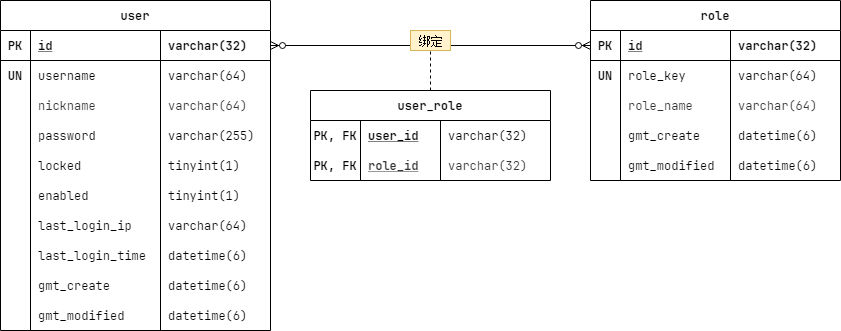
The draw.io diagram design/迭代一/resource/image/用户角色ER图.png in hellovie/online-article-reading-platform, before a commit. Source tidied: cells renumbered, new cells last; positions are measured from the earlier drawing's top-left corner, leaving out a move shared by most shapes.
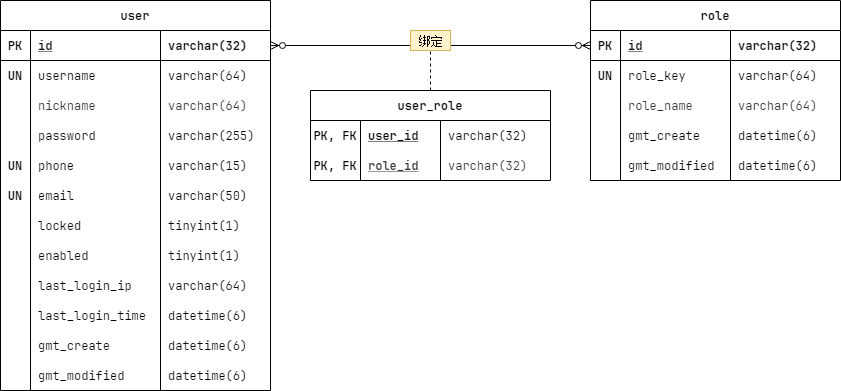
The same file after the commit.

What changed in the source:
```diff
@@ -39,7 +39,7 @@
       <mxGeometry x="130" width="110" height="30" as="geometry" />
     </mxCell>
     <mxCell id="14" value="user" style="shape=table;startSize=30;rowLines=0;fontStyle=1;align=center;fontFamily=JetBrains Mono;" parent="1" vertex="1">
-      <mxGeometry width="270" height="330" as="geometry" />
+      <mxGeometry width="270" height="390" as="geometry" />
     </mxCell>
     <mxCell id="15" style="shape=partialRectangle;top=0;left=0;bottom=1;right=0;points=[[0,0.5],[1,0.5]];portConstraint=eastwest;fillColor=none;fontFamily=JetBrains Mono;" parent="14" vertex="1">
       <mxGeometry y="30" width="270" height="30" as="geometry" />
@@ -89,8 +89,32 @@
     <mxCell id="30" value="varchar(255)" style="shape=partialRectangle;top=0;left=0;bottom=0;right=0;align=left;spacingLeft=6;overflow=hidden;strokeColor=#b85450;fillColor=none;fontFamily=JetBrains Mono;" parent="27" vertex="1">
       <mxGeometry x="160" width="110" height="30" as="geometry" />
     </mxCell>
+    <mxCell id="76" style="shape=partialRectangle;top=0;left=0;bottom=0;right=0;fillColor=none;fontFamily=JetBrains Mono;" parent="14" vertex="1">
+      <mxGeometry y="150" width="270" height="30" as="geometry" />
+    </mxCell>
+    <mxCell id="77" value="UN" style="shape=partialRectangle;top=0;left=0;bottom=0;right=0;overflow=hidden;fillColor=none;fontFamily=JetBrains Mono;fontStyle=1;" parent="76" vertex="1">
+      <mxGeometry width="30" height="30" as="geometry" />
+    </mxCell>
+    <mxCell id="78" value="phone" style="shape=partialRectangle;top=0;left=0;bottom=0;right=0;align=left;spacingLeft=6;overflow=hidden;strokeColor=#9673a6;fillColor=none;fontFamily=JetBrains Mono;" parent="76" vertex="1">
+      <mxGeometry x="30" width="130" height="30" as="geometry" />
+    </mxCell>
+    <mxCell id="79" value="varchar(15)" style="shape=partialRectangle;top=0;left=0;bottom=0;right=0;align=left;spacingLeft=6;overflow=hidden;strokeColor=#9673a6;fillColor=none;fontFamily=JetBrains Mono;" parent="76" vertex="1">
+      <mxGeometry x="160" width="110" height="30" as="geometry" />
+    </mxCell>
+    <mxCell id="80" style="shape=partialRectangle;top=0;left=0;bottom=0;right=0;fillColor=none;fontFamily=JetBrains Mono;" parent="14" vertex="1">
+      <mxGeometry y="180" width="270" height="30" as="geometry" />
+    </mxCell>
+    <mxCell id="81" value="UN" style="shape=partialRectangle;top=0;left=0;bottom=0;right=0;overflow=hidden;fillColor=none;fontFamily=JetBrains Mono;fontStyle=1;" parent="80" vertex="1">
+      <mxGeometry width="30" height="30" as="geometry" />
+    </mxCell>
+    <mxCell id="82" value="email" style="shape=partialRectangle;top=0;left=0;bottom=0;right=0;align=left;spacingLeft=6;overflow=hidden;strokeColor=#9673a6;fillColor=none;fontFamily=JetBrains Mono;" parent="80" vertex="1">
+      <mxGeometry x="30" width="130" height="30" as="geometry" />
+    </mxCell>
+    <mxCell id="83" value="varchar(50)" style="shape=partialRectangle;top=0;left=0;bottom=0;right=0;align=left;spacingLeft=6;overflow=hidden;strokeColor=#9673a6;fillColor=none;fontFamily=JetBrains Mono;" parent="80" vertex="1">
+      <mxGeometry x="160" width="110" height="30" as="geometry" />
+    </mxCell>
     <mxCell id="31" style="shape=partialRectangle;top=0;left=0;bottom=0;right=0;fillColor=none;fontFamily=JetBrains Mono;" parent="14" vertex="1">
-      <mxGeometry y="150" width="270" height="30" as="geometry" />
+      <mxGeometry y="210" width="270" height="30" as="geometry" />
     </mxCell>
     <mxCell id="32" style="shape=partialRectangle;top=0;left=0;bottom=0;right=0;overflow=hidden;fillColor=none;fontFamily=JetBrains Mono;" parent="31" vertex="1">
       <mxGeometry width="30" height="30" as="geometry" />
@@ -102,7 +126,7 @@
       <mxGeometry x="160" width="110" height="30" as="geometry" />
     </mxCell>
     <mxCell id="35" style="shape=partialRectangle;top=0;left=0;bottom=0;right=0;fillColor=none;fontFamily=JetBrains Mono;" parent="14" vertex="1">
-      <mxGeometry y="180" width="270" height="30" as="geometry" />
+      <mxGeometry y="240" width="270" height="30" as="geometry" />
     </mxCell>
     <mxCell id="36" style="shape=partialRectangle;top=0;left=0;bottom=0;right=0;overflow=hidden;fillColor=none;fontFamily=JetBrains Mono;" parent="35" vertex="1">
       <mxGeometry width="30" height="30" as="geometry" />
@@ -114,7 +138,7 @@
       <mxGeometry x="160" width="110" height="30" as="geometry" />
     </mxCell>
     <mxCell id="39" style="shape=partialRectangle;top=0;left=0;bottom=0;right=0;fillColor=none;fontFamily=JetBrains Mono;" parent="14" vertex="1">
-      <mxGeometry y="210" width="270" height="30" as="geometry" />
+      <mxGeometry y="270" width="270" height="30" as="geometry" />
     </mxCell>
     <mxCell id="40" style="shape=partialRectangle;top=0;left=0;bottom=0;right=0;overflow=hidden;fillColor=none;fontFamily=JetBrains Mono;" parent="39" vertex="1">
       <mxGeometry width="30" height="30" as="geometry" />
@@ -126,7 +150,7 @@
       <mxGeometry x="160" width="110" height="30" as="geometry" />
     </mxCell>
     <mxCell id="43" style="shape=partialRectangle;top=0;left=0;bottom=0;right=0;fillColor=none;fontFamily=JetBrains Mono;" parent="14" vertex="1">
-      <mxGeometry y="240" width="270" height="30" as="geometry" />
+      <mxGeometry y="300" width="270" height="30" as="geometry" />
     </mxCell>
     <mxCell id="44" style="shape=partialRectangle;top=0;left=0;bottom=0;right=0;overflow=hidden;fillColor=none;fontFamily=JetBrains Mono;" parent="43" vertex="1">
       <mxGeometry width="30" height="30" as="geometry" />
@@ -138,7 +162,7 @@
       <mxGeometry x="160" width="110" height="30" as="geometry" />
     </mxCell>
     <mxCell id="47" style="shape=partialRectangle;top=0;left=0;bottom=0;right=0;fillColor=none;fontFamily=JetBrains Mono;" parent="14" vertex="1">
-      <mxGeometry y="270" width="270" height="30" as="geometry" />
+      <mxGeometry y="330" width="270" height="30" as="geometry" />
     </mxCell>
     <mxCell id="48" style="shape=partialRectangle;top=0;left=0;bottom=0;right=0;overflow=hidden;fillColor=none;fontFamily=JetBrains Mono;" parent="47" vertex="1">
       <mxGeometry width="30" height="30" as="geometry" />
@@ -150,7 +174,7 @@
       <mxGeometry x="160" width="110" height="30" as="geometry" />
     </mxCell>
     <mxCell id="51" style="shape=partialRectangle;top=0;left=0;bottom=0;right=0;fillColor=none;fontFamily=JetBrains Mono;" parent="14" vertex="1">
-      <mxGeometry y="300" width="270" height="30" as="geometry" />
+      <mxGeometry y="360" width="270" height="30" as="geometry" />
     </mxCell>
     <mxCell id="52" style="shape=partialRectangle;top=0;left=0;bottom=0;right=0;overflow=hidden;fillColor=none;fontFamily=JetBrains Mono;" parent="51" vertex="1">
       <mxGeometry width="30" height="30" as="geometry" />
```
